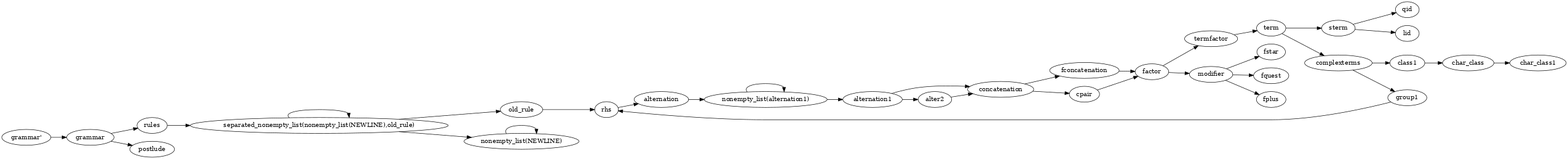
Earlier version of the Graphviz export sentenceParser.png (meta-introspector/gbnf-nice-parser). Its source is kept beside it as lib/sentenceParser.dot.
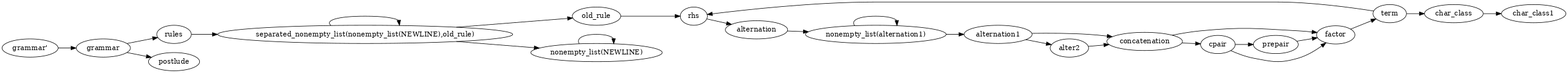
The same file after the commit.

The edit, as a diff of the source:
```diff
@@ -3,69 +3,48 @@
 rankdir = LR;
 ratio = compress;
 nt0 [ label="grammar'" ] ;
-nt1 [ label="termfactor" ] ;
-nt2 [ label="term" ] ;
-nt3 [ label="sterm" ] ;
-nt4 [ label="separated_nonempty_list(nonempty_list(NEWLINE),old_rule)" ] ;
-nt5 [ label="rules" ] ;
-nt6 [ label="rhs" ] ;
-nt7 [ label="qid" ] ;
-nt8 [ label="postlude" ] ;
-nt9 [ label="old_rule" ] ;
-nt10 [ label="nonempty_list(alternation1)" ] ;
-nt11 [ label="nonempty_list(NEWLINE)" ] ;
-nt12 [ label="modifier" ] ;
-nt13 [ label="lid" ] ;
-nt14 [ label="group1" ] ;
-nt15 [ label="grammar" ] ;
-nt16 [ label="fstar" ] ;
-nt17 [ label="fquest" ] ;
-nt18 [ label="fplus" ] ;
-nt19 [ label="fconcatenation" ] ;
-nt20 [ label="factor" ] ;
-nt21 [ label="cpair" ] ;
-nt22 [ label="concatenation" ] ;
-nt23 [ label="complexterms" ] ;
-nt24 [ label="class1" ] ;
-nt25 [ label="char_class1" ] ;
-nt26 [ label="char_class" ] ;
-nt27 [ label="alternation1" ] ;
-nt28 [ label="alternation" ] ;
-nt29 [ label="alter2" ] ;
-nt0 -> nt15 [ label="" ] ;
-nt1 -> nt2 [ label="" ] ;
-nt2 -> nt3 [ label="" ] ;
-nt2 -> nt23 [ label="" ] ;
-nt3 -> nt7 [ label="" ] ;
-nt3 -> nt13 [ label="" ] ;
-nt4 -> nt4 [ label="" ] ;
-nt4 -> nt9 [ label="" ] ;
-nt4 -> nt11 [ label="" ] ;
-nt5 -> nt4 [ label="" ] ;
-nt6 -> nt28 [ label="" ] ;
-nt9 -> nt6 [ label="" ] ;
-nt10 -> nt10 [ label="" ] ;
-nt10 -> nt27 [ label="" ] ;
-nt11 -> nt11 [ label="" ] ;
-nt12 -> nt16 [ label="" ] ;
-nt12 -> nt17 [ label="" ] ;
-nt12 -> nt18 [ label="" ] ;
-nt14 -> nt6 [ label="" ] ;
-nt15 -> nt5 [ label="" ] ;
-nt15 -> nt8 [ label="" ] ;
-nt19 -> nt20 [ label="" ] ;
-nt20 -> nt1 [ label="" ] ;
-nt20 -> nt12 [ label="" ] ;
-nt21 -> nt20 [ label="" ] ;
-nt22 -> nt19 [ label="" ] ;
-nt22 -> nt21 [ label="" ] ;
-nt23 -> nt14 [ label="" ] ;
-nt23 -> nt24 [ label="" ] ;
-nt24 -> nt26 [ label="" ] ;
-nt26 -> nt25 [ label="" ] ;
-nt27 -> nt22 [ label="" ] ;
-nt27 -> nt29 [ label="" ] ;
-nt28 -> nt10 [ label="" ] ;
-nt29 -> nt22 [ label="" ] ;
+nt1 [ label="term" ] ;
+nt2 [ label="separated_nonempty_list(nonempty_list(NEWLINE),old_rule)" ] ;
+nt3 [ label="rules" ] ;
+nt4 [ label="rhs" ] ;
+nt5 [ label="prepair" ] ;
+nt6 [ label="postlude" ] ;
+nt7 [ label="old_rule" ] ;
+nt8 [ label="nonempty_list(alternation1)" ] ;
+nt9 [ label="nonempty_list(NEWLINE)" ] ;
+nt10 [ label="grammar" ] ;
+nt11 [ label="factor" ] ;
+nt12 [ label="cpair" ] ;
+nt13 [ label="concatenation" ] ;
+nt14 [ label="char_class1" ] ;
+nt15 [ label="char_class" ] ;
+nt16 [ label="alternation1" ] ;
+nt17 [ label="alternation" ] ;
+nt18 [ label="alter2" ] ;
+nt0 -> nt10 [ label="" ] ;
+nt1 -> nt4 [ label="" ] ;
+nt1 -> nt15 [ label="" ] ;
+nt2 -> nt2 [ label="" ] ;
+nt2 -> nt7 [ label="" ] ;
+nt2 -> nt9 [ label="" ] ;
+nt3 -> nt2 [ label="" ] ;
+nt4 -> nt17 [ label="" ] ;
+nt5 -> nt11 [ label="" ] ;
+nt7 -> nt4 [ label="" ] ;
+nt8 -> nt8 [ label="" ] ;
+nt8 -> nt16 [ label="" ] ;
+nt9 -> nt9 [ label="" ] ;
+nt10 -> nt3 [ label="" ] ;
+nt10 -> nt6 [ label="" ] ;
+nt11 -> nt1 [ label="" ] ;
+nt12 -> nt5 [ label="" ] ;
+nt12 -> nt11 [ label="" ] ;
+nt13 -> nt11 [ label="" ] ;
+nt13 -> nt12 [ label="" ] ;
+nt15 -> nt14 [ label="" ] ;
+nt16 -> nt13 [ label="" ] ;
+nt16 -> nt18 [ label="" ] ;
+nt17 -> nt8 [ label="" ] ;
+nt18 -> nt13 [ label="" ] ;
 
 }
```
